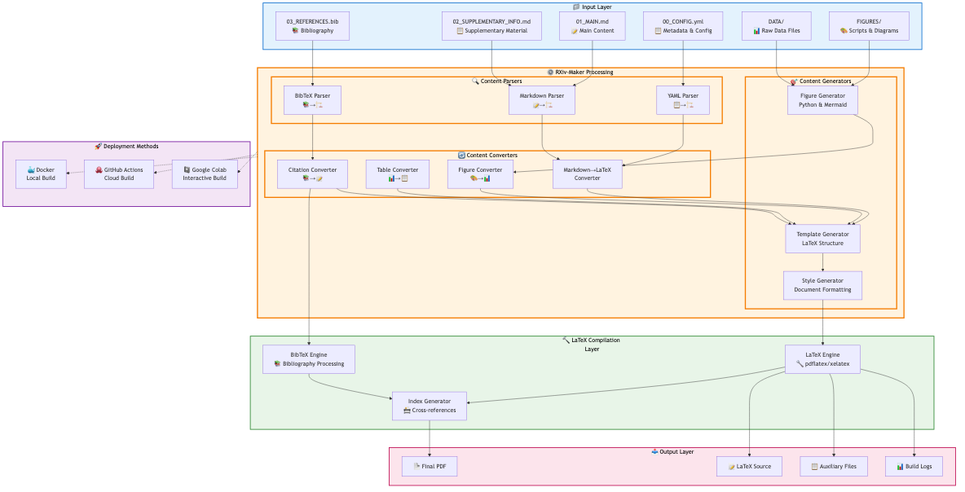
Above: EXAMPLE_MANUSCRIPT/FIGURES/SFigure_1/SFigure_1.png in paxcalpt/rxiv-maker (Mermaid), before the change. Its source is kept beside it as EXAMPLE_MANUSCRIPT/FIGURES/SFigure_1.mmd.
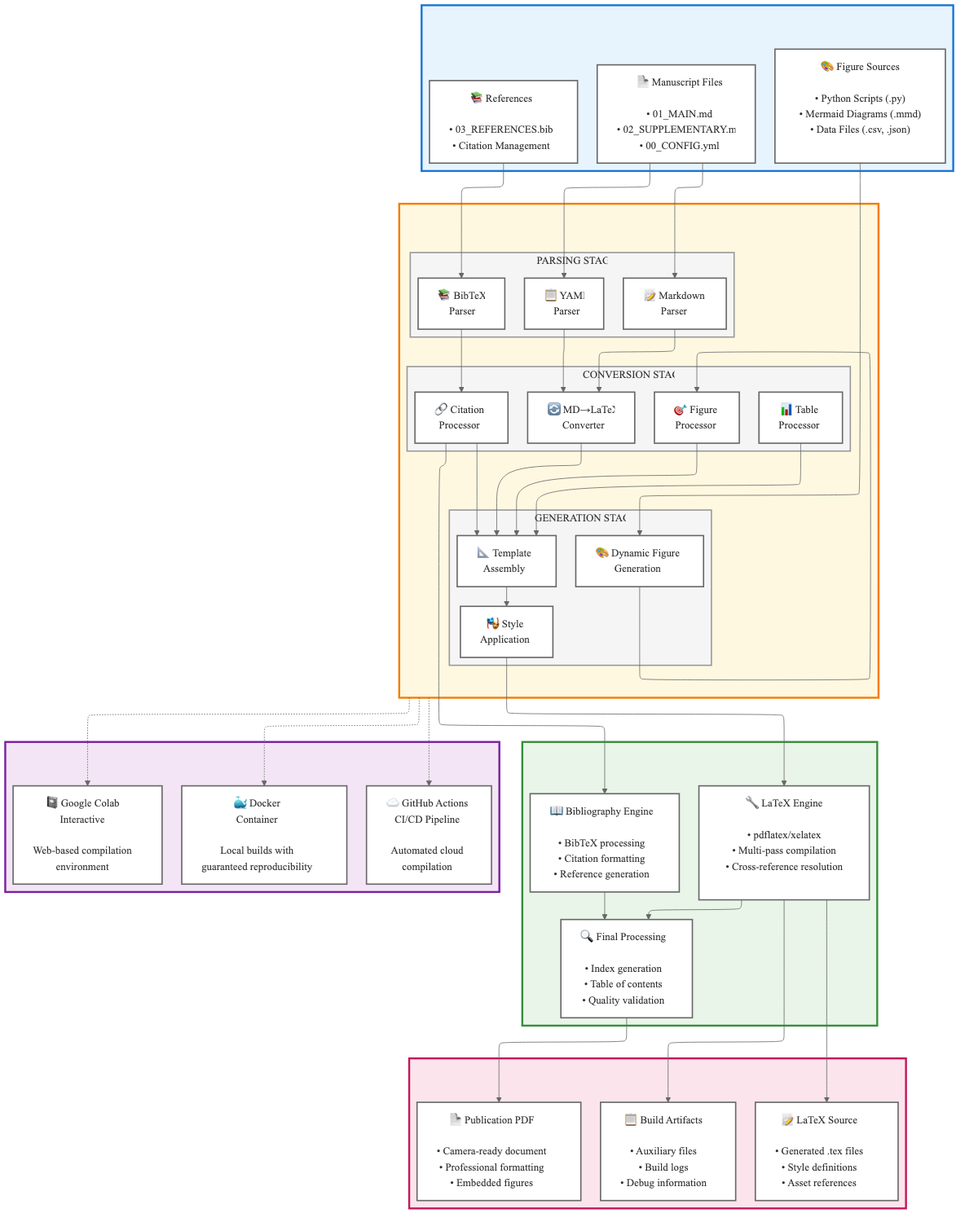
After the change.

What changed in the source:
```diff
@@ -1,99 +1,119 @@
-flowchart TB
-    subgraph Input["📁 Input Layer"]
-        direction TB
-        YAML[00_CONFIG.yml<br/>📋 Metadata & Config]
-        MD1[01_MAIN.md<br/>📝 Main Content]
-        MD2[02_SUPPLEMENTARY_INFO.md<br/>📋 Supplementary Material]
-        BIB[03_REFERENCES.bib<br/>📚 Bibliography]
-        FIG[FIGURES/<br/>🎨 Scripts & Diagrams]
-        DATA[DATA/<br/>📊 Raw Data Files]
-    end
+---
+config:
+  theme: base
+  themeVariables:
+    fontFamily: 'Arial, Helvetica, sans-serif'
+    fontSize: 16px
+    primaryColor: '#ffffff'
+    primaryTextColor: '#333333'
+    primaryBorderColor: '#cccccc'
+    lineColor: '#666666'
+    background: '#ffffff'
+  layout: elk
+---
+flowchart TD
+ subgraph A[" "]
+    direction TB
+        A1["📄 Manuscript Files<br><br>• 01_MAIN.md<br>• 02_SUPPLEMENTARY.md<br>• 00_CONFIG.yml"]
+        A2["📚 References<br><br>• 03_REFERENCES.bib<br>• Citation Management"]
+        A3["🎨 Figure Sources<br><br>• Python Scripts (.py)<br>• Mermaid Diagrams (.mmd)<br>• Data Files (.csv, .json)"]
+  end
+ subgraph B1["PARSING STAGE"]
+    direction LR
+        B1A["📝 Markdown<br>Parser"]
+        B1B["📋 YAML<br>Parser"]
+        B1C["📚 BibTeX<br>Parser"]
+  end
+ subgraph B2["CONVERSION STAGE"]
+    direction LR
+        B2A["🔄 MD→LaTeX<br>Converter"]
+        B2B["🎯 Figure<br>Processor"]
+        B2C["📊 Table<br>Processor"]
+        B2D["🔗 Citation<br>Processor"]
+  end
+ subgraph B3["GENERATION STAGE"]
+    direction LR
+        B3A["🎨 Dynamic Figure<br>Generation"]
+        B3B["📐 Template<br>Assembly"]
+        B3C["🎭 Style<br>Application"]
+  end
+ subgraph B[" "]
+    direction TB
+        B1
+        B2
+        B3
+  end
+ subgraph C[" "]
+    direction TB
+        C1["🔧 LaTeX Engine<br><br>• pdflatex/xelatex<br>• Multi-pass compilation<br>• Cross-reference resolution"]
+        C2["📖 Bibliography Engine<br><br>• BibTeX processing<br>• Citation formatting<br>• Reference generation"]
+        C3["🔍 Final Processing<br><br>• Index generation<br>• Table of contents<br>• Quality validation"]
+  end
+ subgraph D[" "]
+    direction TB
+        D1["📄 Publication PDF<br><br>• Camera-ready document<br>• Professional formatting<br>• Embedded figures"]
+        D2["📝 LaTeX Source<br><br>• Generated .tex files<br>• Style definitions<br>• Asset references"]
+        D3["📋 Build Artifacts<br><br>• Auxiliary files<br>• Build logs<br>• Debug information"]
+  end
+ subgraph E[" "]
+    direction LR
+        E1["🐳 Docker<br>Container<br><br>Local builds with<br>guaranteed reproducibility"]
+        E2["☁️ GitHub Actions<br>CI/CD Pipeline<br><br>Automated cloud<br>compilation"]
+        E3["📓 Google Colab<br>Interactive<br><br>Web-based compilation<br>environment"]
+  end
+    A1 --> B1A & B1B
+    A2 --> B1C
+    A3 --> B3A
+    B1A --> B2A
+    B1B --> B2A
+    B1C --> B2D
+    B2A --> B3B
+    B2B --> B3B
+    B2C --> B3B
+    B2D --> B3B & C2
+    B3A --> B2B
+    B3B --> B3C
+    B3C --> C1
+    C1 --> C3 & D2 & D3
+    C2 --> C3
+    C3 --> D1
+    B -.-> E1 & E2 & E3
 
-    subgraph Engine["⚙️ RXiv-Maker Processing Engine"]
-        direction TB
+    A1:::componentBox
+    A2:::componentBox
+    A3:::componentBox
+    B1A:::componentBox
+    B1B:::componentBox
+    B1C:::componentBox
+    B2A:::componentBox
+    B2B:::componentBox
+    B2C:::componentBox
+    B2D:::componentBox
+    B3A:::componentBox
+    B3B:::componentBox
+    B3C:::componentBox
+    C1:::componentBox
+    C2:::componentBox
+    C3:::componentBox
+    D1:::componentBox
+    D2:::componentBox
+    D3:::componentBox
+    E1:::componentBox
+    E2:::componentBox
+    E3:::componentBox
+    A:::inputBox
+    B:::processBox
+    C:::compileBox
+    D:::outputBox
+    E:::deployBox
+    B1:::stageBox
+    B2:::stageBox
+    B3:::stageBox
 
-        subgraph Parsers["🔍 Content Parsers"]
-            YP[YAML Parser<br/>📋→🏗️]
-            MP[Markdown Parser<br/>📝→🏗️]
-            BP[BibTeX Parser<br/>📚→🏗️]
-        end
-
-        subgraph Converters["🔄 Content Converters"]
-            MC[Markdown→LaTeX<br/>Converter]
-            FC[Figure Converter<br/>🎨→📊]
-            TC[Table Converter<br/>📊→📋]
-            CC[Citation Converter<br/>📚→📝]
-        end
-
-        subgraph Generators["🎯 Content Generators"]
-            FG[Figure Generator<br/>Python & Mermaid]
-            TG[Template Generator<br/>LaTeX Structure]
-            SG[Style Generator<br/>Document Formatting]
-        end
-    end
-
-    subgraph Compilation["🔨 LaTeX Compilation Layer"]
-        direction TB
-        LE[LaTeX Engine<br/>🔧 pdflatex/xelatex]
-        BT[BibTeX Engine<br/>📚 Bibliography Processing]
-        INDEX[Index Generator<br/>📇 Cross-references]
-    end
-
-    subgraph Output["📤 Output Layer"]
-        direction TB
-        PDF[📄 Final PDF]
-        TEX[📝 LaTeX Source]
-        AUX[📋 Auxiliary Files]
-        LOG[📊 Build Logs]
-    end
-
-    subgraph Deploy["🚀 Deployment Methods"]
-        direction LR
-        DOCKER[🐳 Docker<br/>Local Build]
-        GITHUB[🐙 GitHub Actions<br/>Cloud Build]
-        COLAB[📓 Google Colab<br/>Interactive Build]
-    end
-
-    YAML --> YP
-    MD1 --> MP
-    MD2 --> MP
-    BIB --> BP
-    FIG --> FG
-    DATA --> FG
-
-    YP --> MC
-    MP --> MC
-    BP --> CC
-    FG --> FC
-
-    MC --> TG
-    FC --> TG
-    TC --> TG
-    CC --> TG
-    TG --> SG
-
-    SG --> LE
-    CC --> BT
-    LE --> INDEX
-    BT --> INDEX
-
-    INDEX --> PDF
-    LE --> TEX
-    LE --> AUX
-    LE --> LOG
-
-    Engine -.-> DOCKER
-    Engine -.-> GITHUB
-    Engine -.-> COLAB
-
-    classDef inputLayer fill:#e3f2fd,stroke:#1976d2,stroke-width:2px,color:#000
-    classDef engineLayer fill:#fff3e0,stroke:#f57c00,stroke-width:3px,color:#000
-    classDef compilationLayer fill:#e8f5e8,stroke:#388e3c,stroke-width:2px,color:#000
-    classDef outputLayer fill:#fce4ec,stroke:#c2185b,stroke-width:2px,color:#000
-    classDef deployLayer fill:#f3e5f5,stroke:#7b1fa2,stroke-width:2px,color:#000
-
-    class Input inputLayer
-    class Engine,Parsers,Converters,Generators engineLayer
-    class Compilation compilationLayer
-    class Output outputLayer
-    class Deploy deployLayer
+    classDef inputBox fill:#e8f4fd,stroke:#1976d2,stroke-width:3px,color:#333
+    classDef processBox fill:#fff8e1,stroke:#f57c00,stroke-width:3px,color:#333
+    classDef compileBox fill:#e8f5e8,stroke:#388e3c,stroke-width:3px,color:#333
+    classDef outputBox fill:#fce4ec,stroke:#c2185b,stroke-width:3px,color:#333
+    classDef deployBox fill:#f3e5f5,stroke:#7b1fa2,stroke-width:3px,color:#333
+    classDef stageBox fill:#f5f5f5,stroke:#999999,stroke-width:2px,color:#333
+    classDef componentBox fill:#ffffff,stroke:#666666,stroke-width:2px,color:#333
```
